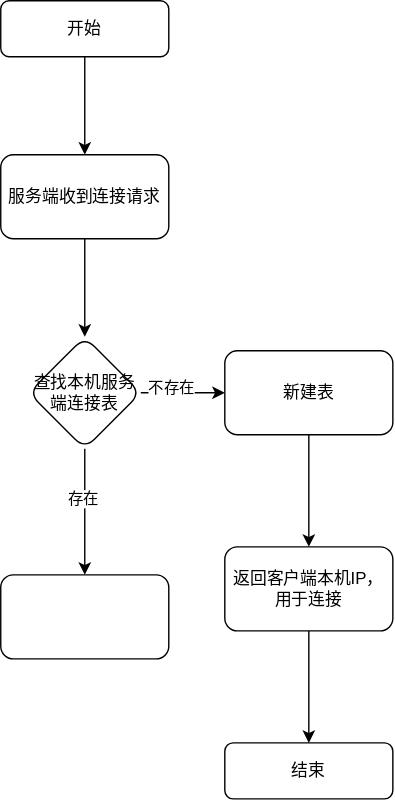
Above: tc_服务端选择逻辑.svg in c17abab/diag_pics (draw.io), before the change. Source tidied: cells renumbered, new cells last; positions are measured from the earlier drawing's top-left corner, leaving out a move shared by most shapes.
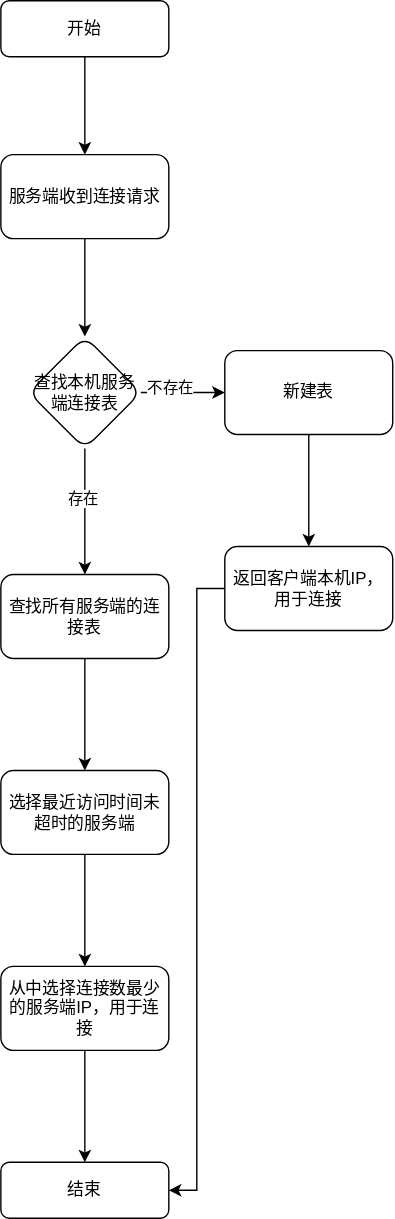
The same diagram one commit later.

Commit message:
更新tc_服务端选择逻辑.svg

What changed in the source:
```diff
@@ -35,19 +35,32 @@
     <mxCell id="12" value="新建表" style="whiteSpace=wrap;html=1;rounded=1;shadow=0;strokeWidth=1;glass=0;" parent="1" vertex="1">
       <mxGeometry x="160" y="250" width="120" height="60" as="geometry" />
     </mxCell>
-    <mxCell id="13" style="edgeStyle=orthogonalEdgeStyle;rounded=0;jettySize=auto;html=1;" parent="1" edge="1" source="14">
-      <mxGeometry relative="1" as="geometry">
-        <mxPoint x="220" y="530" as="targetPoint" />
-      </mxGeometry>
+    <mxCell id="13" style="edgeStyle=orthogonalEdgeStyle;rounded=0;jettySize=auto;html=1;entryX=1;entryY=0.5;entryDx=0;entryDy=0;" parent="1" edge="1" source="14" target="15">
+      <mxGeometry relative="1" as="geometry" />
     </mxCell>
     <mxCell id="14" value="返回客户端本机IP，用于连接" style="whiteSpace=wrap;html=1;rounded=1;shadow=0;strokeWidth=1;glass=0;" parent="1" vertex="1">
       <mxGeometry x="160" y="390" width="120" height="60" as="geometry" />
     </mxCell>
     <mxCell id="15" value="结束" style="rounded=1;whiteSpace=wrap;html=1;fontSize=12;glass=0;strokeWidth=1;shadow=0;" parent="1" vertex="1">
-      <mxGeometry x="160" y="530" width="120" height="40" as="geometry" />
+      <mxGeometry y="830" width="120" height="40" as="geometry" />
     </mxCell>
+    <mxCell id="17" style="edgeStyle=orthogonalEdgeStyle;rounded=0;jettySize=auto;html=1;" parent="1" edge="1" source="16" target="19">
+      <mxGeometry relative="1" as="geometry" />
+    </mxCell>
-    <mxCell id="16" style="whiteSpace=wrap;html=1;rounded=1;shadow=0;strokeWidth=1;glass=0;" parent="1" vertex="1">
+    <mxCell id="16" value="查找所有服务端的连接表" style="whiteSpace=wrap;html=1;rounded=1;shadow=0;strokeWidth=1;glass=0;" parent="1" vertex="1">
       <mxGeometry y="410" width="120" height="60" as="geometry" />
     </mxCell>
+    <mxCell id="18" style="edgeStyle=orthogonalEdgeStyle;rounded=0;jettySize=auto;html=1;" parent="1" edge="1" source="19" target="21">
+      <mxGeometry relative="1" as="geometry" />
+    </mxCell>
+    <mxCell id="19" value="选择最近访问时间未超时的服务端" style="whiteSpace=wrap;html=1;rounded=1;shadow=0;strokeWidth=1;glass=0;" parent="1" vertex="1">
+      <mxGeometry y="550" width="120" height="60" as="geometry" />
+    </mxCell>
+    <mxCell id="20" style="edgeStyle=orthogonalEdgeStyle;rounded=0;jettySize=auto;html=1;" parent="1" edge="1" source="21" target="15">
+      <mxGeometry relative="1" as="geometry" />
+    </mxCell>
+    <mxCell id="21" value="从中选择连接数最少的服务端IP，用于连接" style="whiteSpace=wrap;html=1;rounded=1;shadow=0;strokeWidth=1;glass=0;" parent="1" vertex="1">
+      <mxGeometry y="690" width="120" height="60" as="geometry" />
+    </mxCell>
   </root>
 </mxGraphModel>
```
